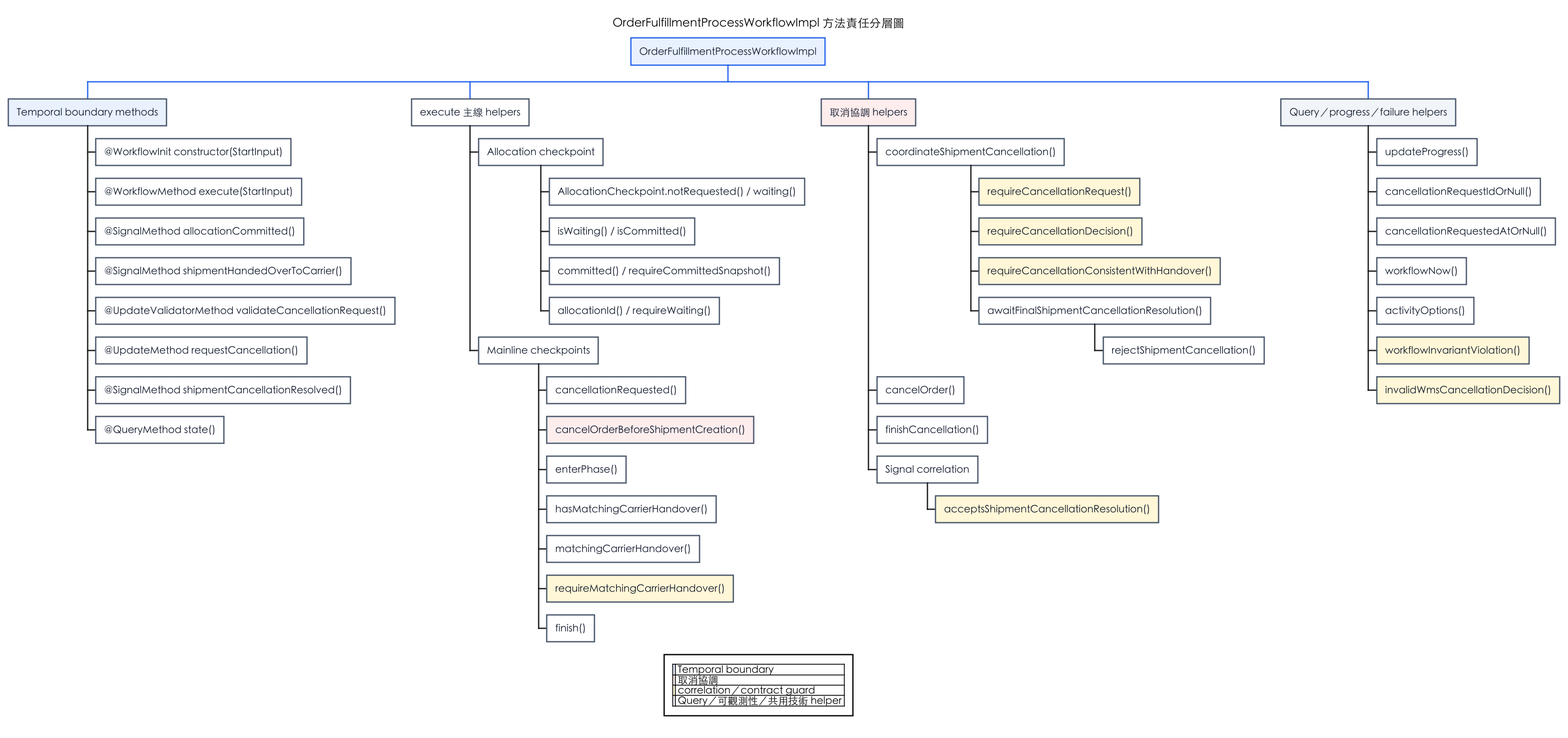
zhjiangexe/order-allocation-arch-demo keeps this PlantUML diagram as docs/order-fulfillment-process-method-map.png. Above is the earlier version.
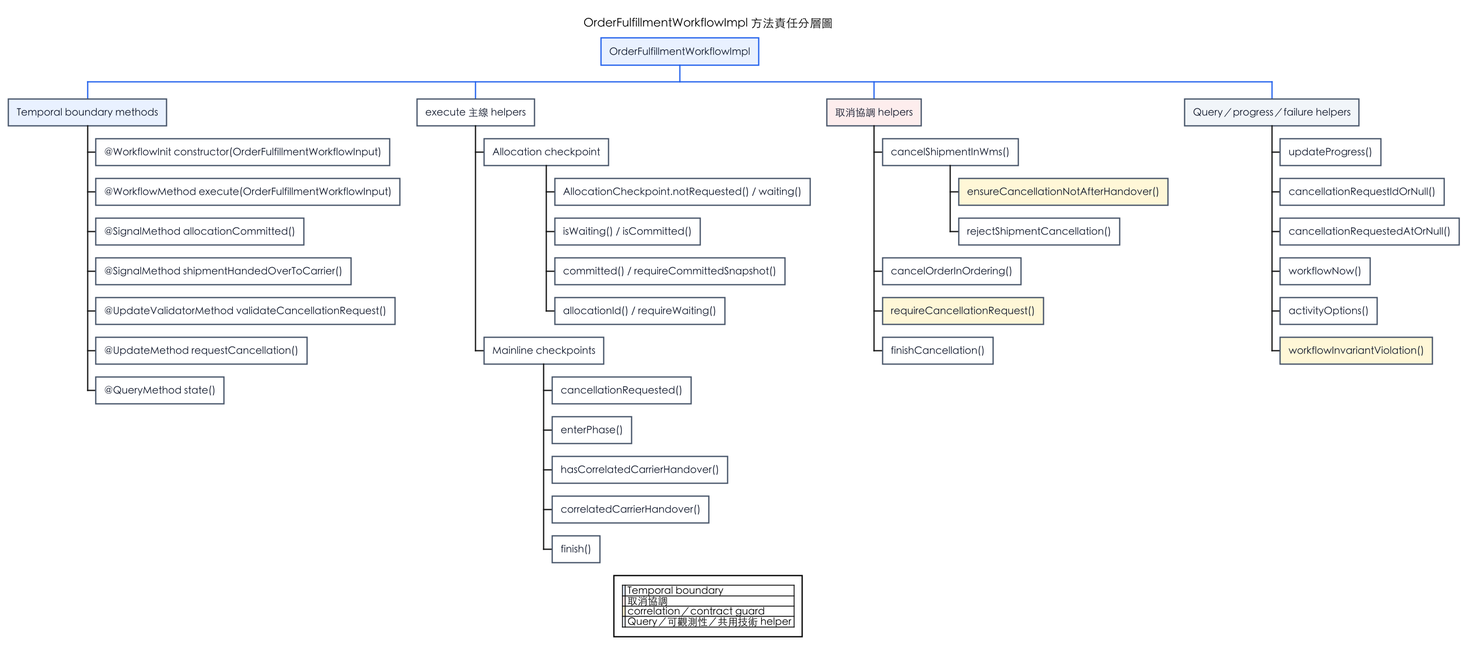
After the commit.

Diff of the diagram source:
```diff
@@ -1,5 +1,5 @@
 @startwbs
-title OrderFulfillmentProcessWorkflowImpl 方法責任分層圖
+title OrderFulfillmentWorkflowImpl 方法責任分層圖
 
 skinparam defaultFontName "Heiti TC"
 skinparam dpi 150
@@ -32,15 +32,14 @@
 }
 </style>
 
-* OrderFulfillmentProcessWorkflowImpl
+* OrderFulfillmentWorkflowImpl
 ** Temporal boundary methods <<boundary>>
-*** @WorkflowInit constructor(StartInput)
-*** @WorkflowMethod execute(StartInput)
+*** @WorkflowInit constructor(OrderFulfillmentWorkflowInput)
+*** @WorkflowMethod execute(OrderFulfillmentWorkflowInput)
 *** @SignalMethod allocationCommitted()
 *** @SignalMethod shipmentHandedOverToCarrier()
 *** @UpdateValidatorMethod validateCancellationRequest()
 *** @UpdateMethod requestCancellation()
-*** @SignalMethod shipmentCancellationResolved()
 *** @QueryMethod state()
 ** execute 主線 helpers
 *** Allocation checkpoint
@@ -50,23 +49,17 @@
 **** allocationId() / requireWaiting()
 *** Mainline checkpoints
 **** cancellationRequested()
-**** cancelOrderBeforeShipmentCreation() <<cancellation>>
 **** enterPhase()
-**** hasMatchingCarrierHandover()
-**** matchingCarrierHandover()
-**** requireMatchingCarrierHandover() <<guard>>
+**** hasCorrelatedCarrierHandover()
+**** correlatedCarrierHandover()
 **** finish()
 ** 取消協調 helpers <<cancellation>>
-*** coordinateShipmentCancellation()
-**** requireCancellationRequest() <<guard>>
-**** requireCancellationDecision() <<guard>>
-**** requireCancellationConsistentWithHandover() <<guard>>
-**** awaitFinalShipmentCancellationResolution()
-***** rejectShipmentCancellation()
-*** cancelOrder()
+*** cancelShipmentInWms()
+**** ensureCancellationNotAfterHandover() <<guard>>
+**** rejectShipmentCancellation()
+*** cancelOrderInOrdering()
+*** requireCancellationRequest() <<guard>>
 *** finishCancellation()
-*** Signal correlation
-**** acceptsShipmentCancellationResolution() <<guard>>
 ** Query／progress／failure helpers <<projection>>
 *** updateProgress()
 *** cancellationRequestIdOrNull()
@@ -74,7 +67,6 @@
 *** workflowNow()
 *** activityOptions()
 *** workflowInvariantViolation() <<guard>>
-*** invalidWmsCancellationDecision() <<guard>>
 
 legend bottom
   |<#E8F1FF>| Temporal boundary |
```
